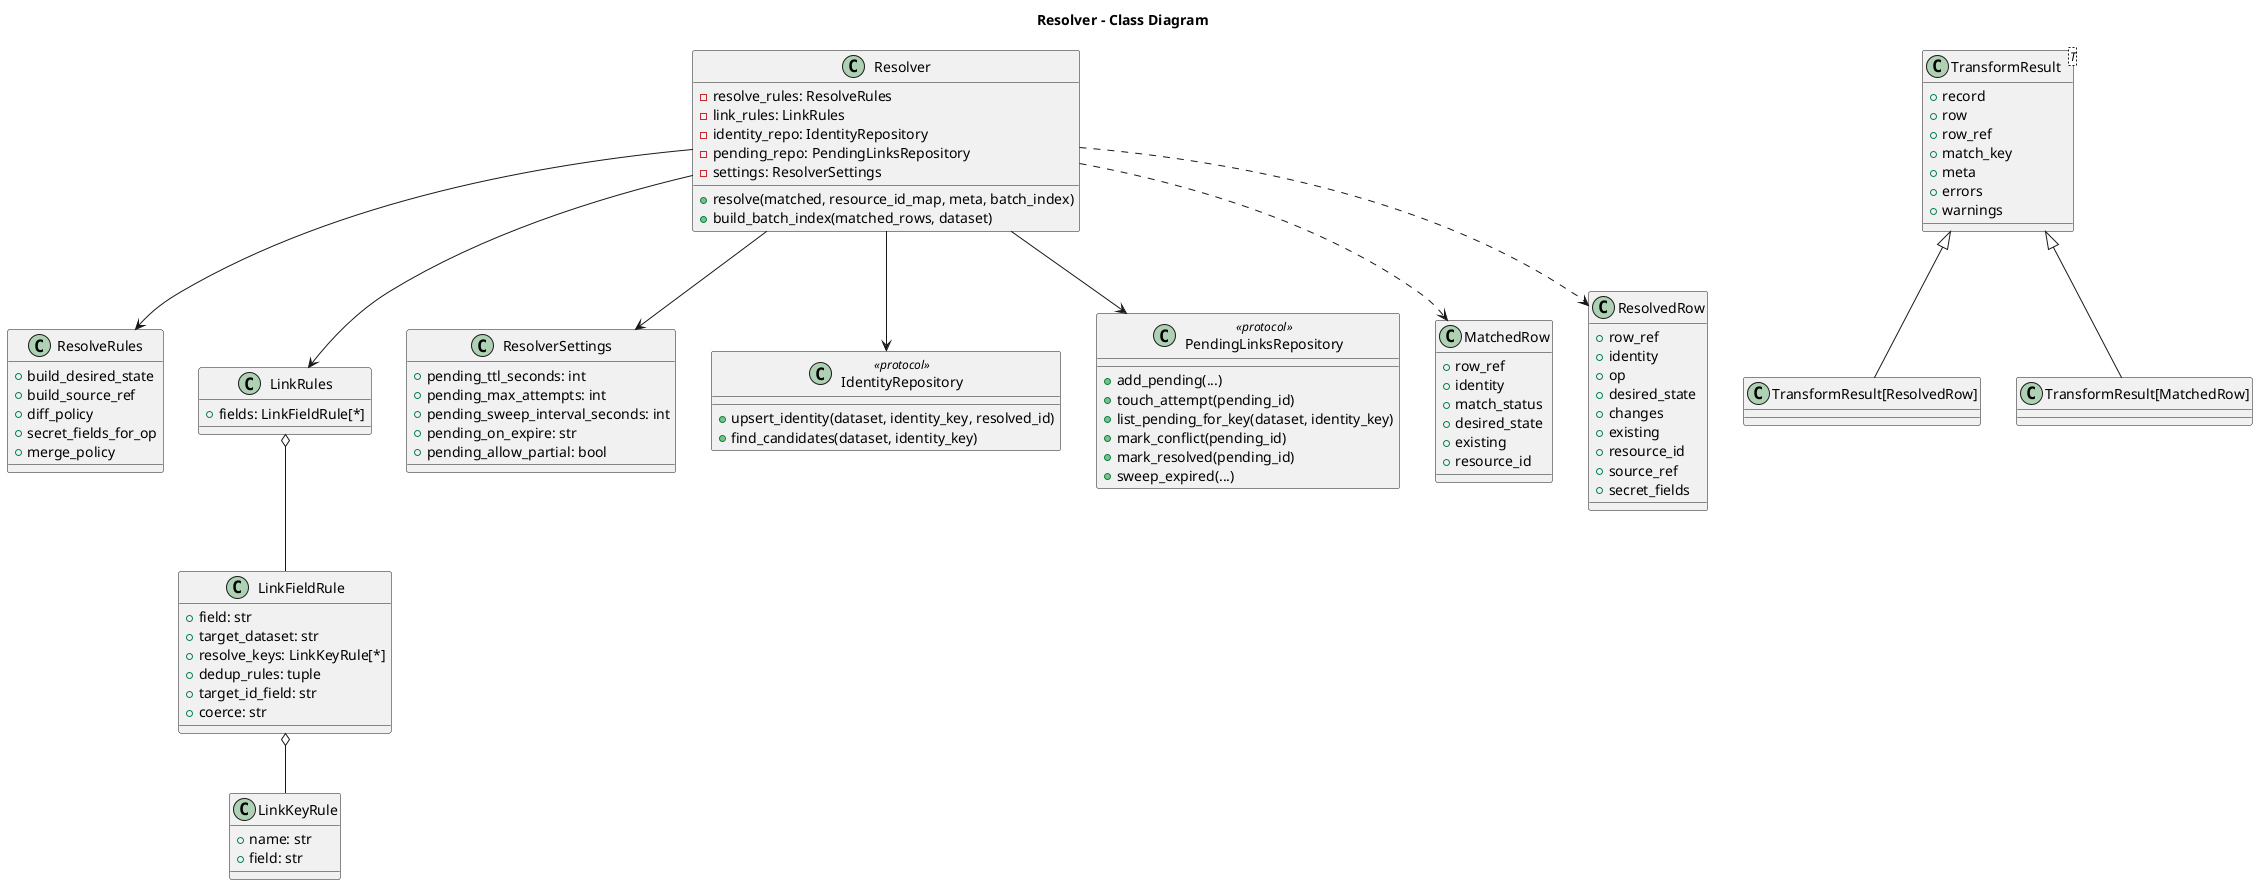
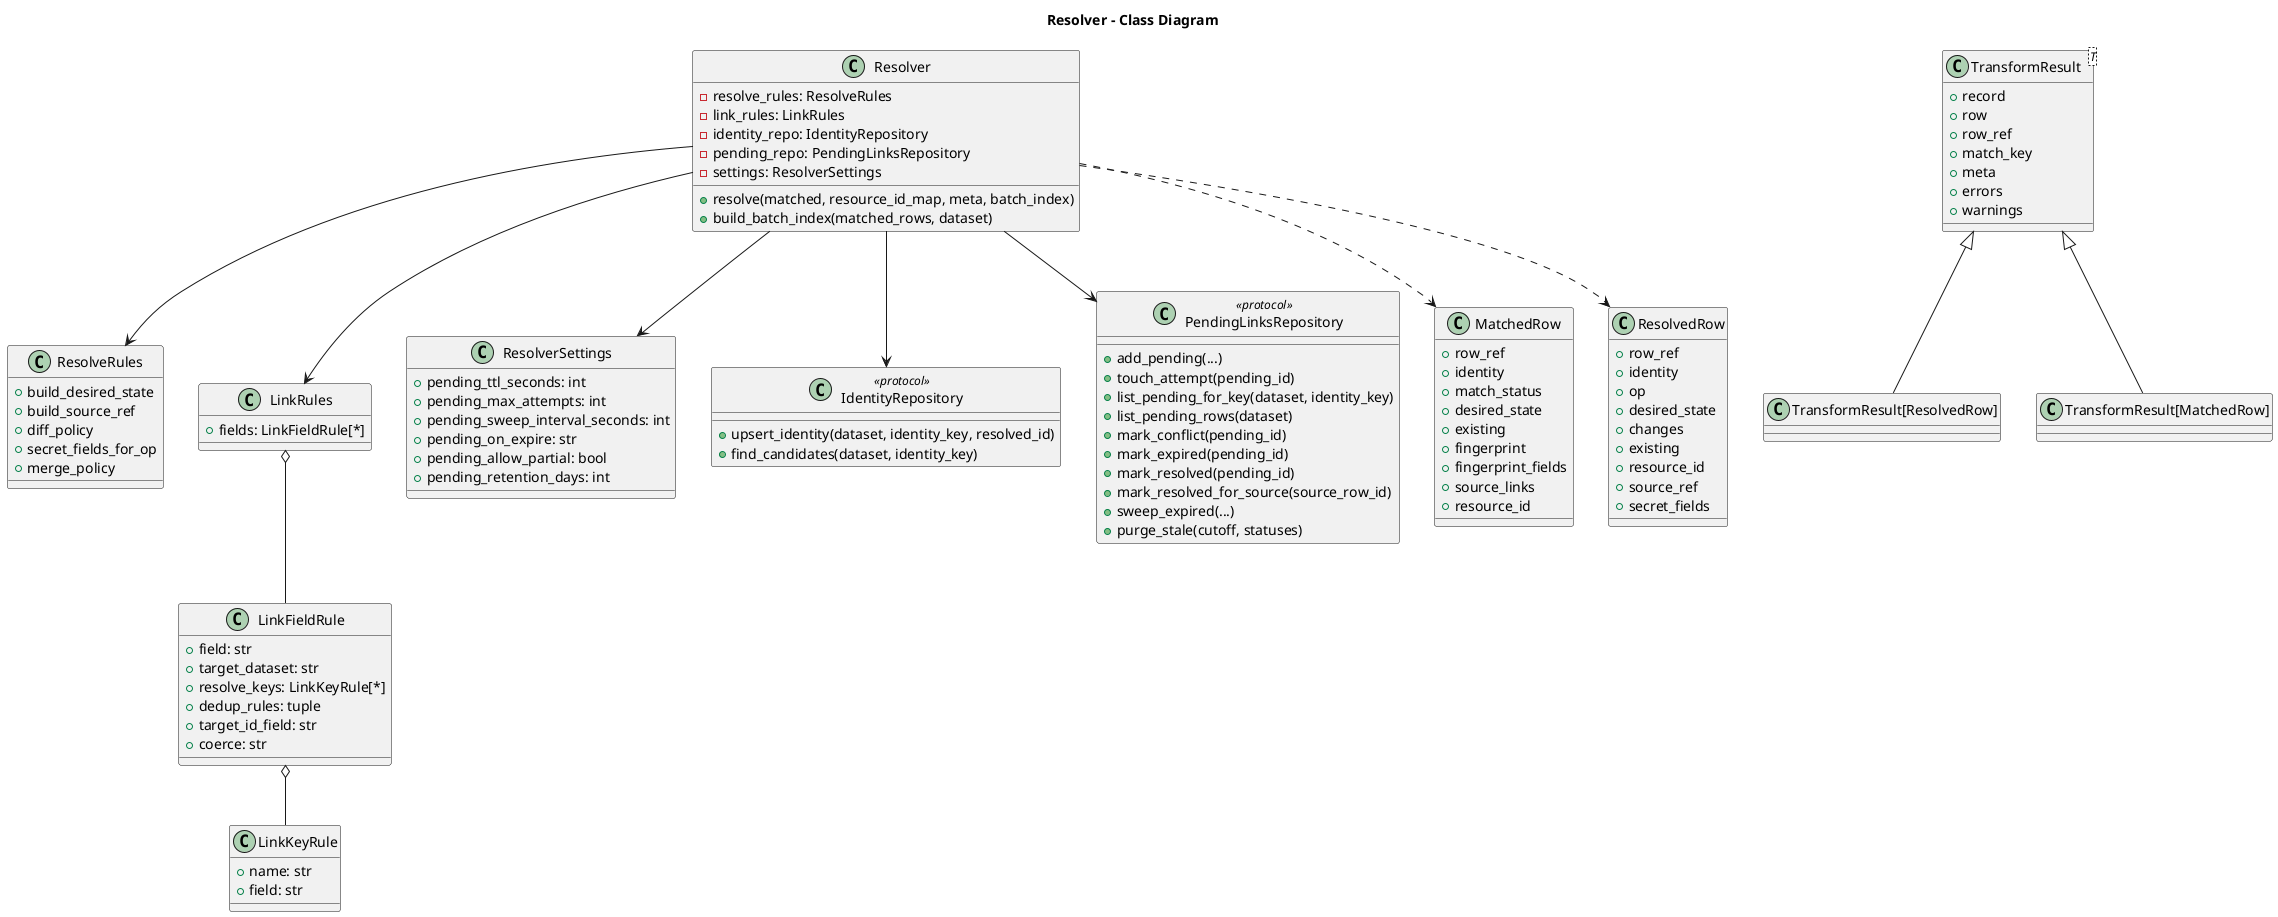
@startuml
title Resolver - Class Diagram

class Resolver {
  - resolve_rules: ResolveRules
  - link_rules: LinkRules
  - identity_repo: IdentityRepository
  - pending_repo: PendingLinksRepository
  - settings: ResolverSettings
  + resolve(matched, resource_id_map, meta, batch_index)
  + build_batch_index(matched_rows, dataset)
}

class ResolveRules {
  + build_desired_state
  + build_source_ref
  + diff_policy
  + secret_fields_for_op
  + merge_policy
}

class LinkRules {
  + fields: LinkFieldRule[*]
}

class LinkFieldRule {
  + field: str
  + target_dataset: str
  + resolve_keys: LinkKeyRule[*]
  + dedup_rules: tuple
  + target_id_field: str
  + coerce: str
}

class LinkKeyRule {
  + name: str
  + field: str
}

class ResolverSettings {
  + pending_ttl_seconds: int
  + pending_max_attempts: int
  + pending_sweep_interval_seconds: int
  + pending_on_expire: str
  + pending_allow_partial: bool
+   + pending_retention_days: int
}

class IdentityRepository <<protocol>> {
  + upsert_identity(dataset, identity_key, resolved_id)
  + find_candidates(dataset, identity_key)
}

class PendingLinksRepository <<protocol>> {
  + add_pending(...)
  + touch_attempt(pending_id)
  + list_pending_for_key(dataset, identity_key)
+   + list_pending_rows(dataset)
  + mark_conflict(pending_id)
+   + mark_expired(pending_id)
  + mark_resolved(pending_id)
+   + mark_resolved_for_source(source_row_id)
  + sweep_expired(...)
+   + purge_stale(cutoff, statuses)
}

class MatchedRow {
  + row_ref
  + identity
  + match_status
  + desired_state
  + existing
+   + fingerprint
+   + fingerprint_fields
+   + source_links
  + resource_id
}

class ResolvedRow {
  + row_ref
  + identity
  + op
  + desired_state
  + changes
  + existing
  + resource_id
  + source_ref
  + secret_fields
}

class TransformResult<T> {
  + record
  + row
  + row_ref
  + match_key
  + meta
  + errors
  + warnings
}

Resolver --> ResolveRules
Resolver --> LinkRules
Resolver --> IdentityRepository
Resolver --> PendingLinksRepository
Resolver --> ResolverSettings
Resolver ..> MatchedRow
Resolver ..> ResolvedRow
TransformResult <|-- "TransformResult[ResolvedRow]"
TransformResult <|-- "TransformResult[MatchedRow]"
LinkRules o-- LinkFieldRule
LinkFieldRule o-- LinkKeyRule

@enduml
